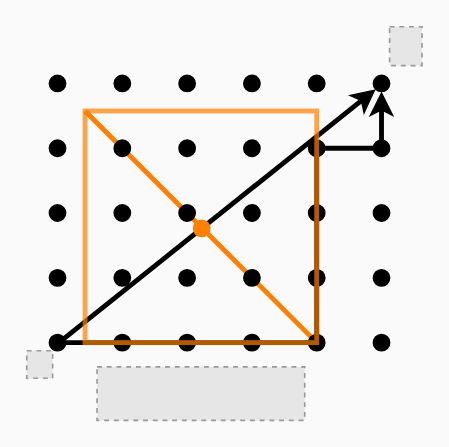
Above: files/suri_rinko_M2_S3.drawio in asSqr/draw.io (draw.io), before the change. Source tidied: cells renumbered, new cells numbered last; positions are measured from the earlier drawing's top-left corner, leaving out a move shared by most shapes. Both pictures are drawn from the tidied source at 162%, with x=0, y=0 at pixel (26, 26). Pictures stored in the file or linked from it are replaced by grey dashed boxes.
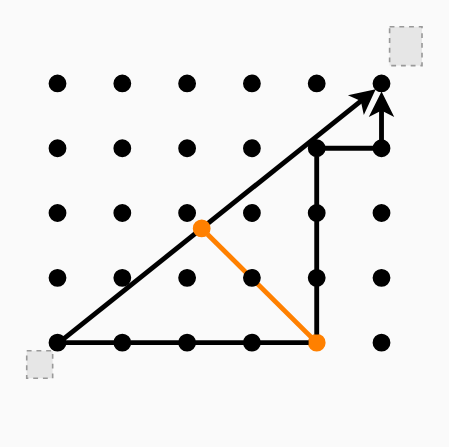
After the change.

Unchanged cells that the change refers to:
```xml
<mxCell id="42" style="verticalLabelPosition=bottom;verticalAlign=top;html=1;shape=mxgraph.flowchart.on-page_reference;fillColor=#FF8000;strokeColor=#FF8000;" parent="1" vertex="1">
  <mxGeometry x="103" y="119.5" width="10" height="10" as="geometry" />
</mxCell>
```

Diff of the diagram source:
```diff
@@
-    <mxCell id="2" style="endArrow=none;html=1;rounded=0;strokeWidth=3;entryX=0;entryY=0;entryDx=0;entryDy=0;exitX=1;exitY=1;exitDx=0;exitDy=0;strokeColor=#FF8000;" parent="1" edge="1" source="41" target="41">
-      <mxGeometry relative="1" as="geometry" />
+    <mxCell id="2" style="endArrow=none;html=1;rounded=0;strokeWidth=3;exitX=1;exitY=1;exitDx=0;exitDy=0;strokeColor=#FF8000;entryX=0.855;entryY=0.855;entryDx=0;entryDy=0;entryPerimeter=0;" parent="1" edge="1" target="42">
+      <mxGeometry relative="1" as="geometry">
+        <mxPoint x="179" y="195" as="sourcePoint" />
+      </mxGeometry>
     </mxCell>
@@
-    <mxCell id="27" style="verticalLabelPosition=bottom;verticalAlign=top;html=1;shape=mxgraph.flowchart.on-page_reference;fillColor=#000000;" parent="1" vertex="1">
+    <mxCell id="27" style="verticalLabelPosition=bottom;verticalAlign=top;html=1;shape=mxgraph.flowchart.on-page_reference;fillColor=#FF8000;strokeColor=#FF8000;" parent="1" vertex="1">
       <mxGeometry x="174" y="190" width="10" height="10" as="geometry" />
     </mxCell>
@@
-    <mxCell id="41" style="rounded=0;whiteSpace=wrap;html=1;fillColor=none;strokeWidth=3;strokeColor=#FF8000;opacity=70;" parent="1" vertex="1">
-      <mxGeometry x="36" y="52" width="143" height="143" as="geometry" />
-    </mxCell>
@@
-    <mxCell id="43" style="fillColor=#E6E6E6;strokeColor=#999999;dashed=1;verticalLabelPosition=bottom;labelBackgroundColor=#ffffff;verticalAlign=top;" parent="1" vertex="1">
-      <mxGeometry x="43.4" y="210" width="128.2" height="33" as="geometry" />
-    </mxCell>
```
